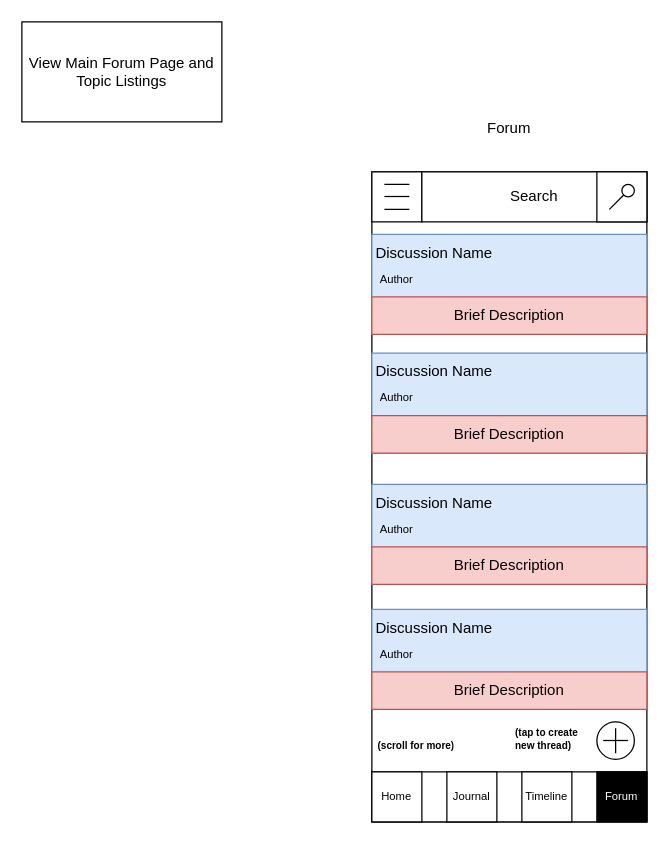
The draw.io diagram page "ViewForumPage" (9 of 14) of Chronicle_Initial_App_Wireframe_Designs.drawio in Vaibhav-G-Parmar/Chronicle-Your-Ultimate-Travel-Companion, before the edit. Source tidied: cells renumbered, new cells numbered last; positions are measured from the earlier drawing's top-left corner, leaving out a move shared by most shapes. Both pictures are drawn from the tidied source at 125%, with x=0, y=0 at pixel (21, 21).
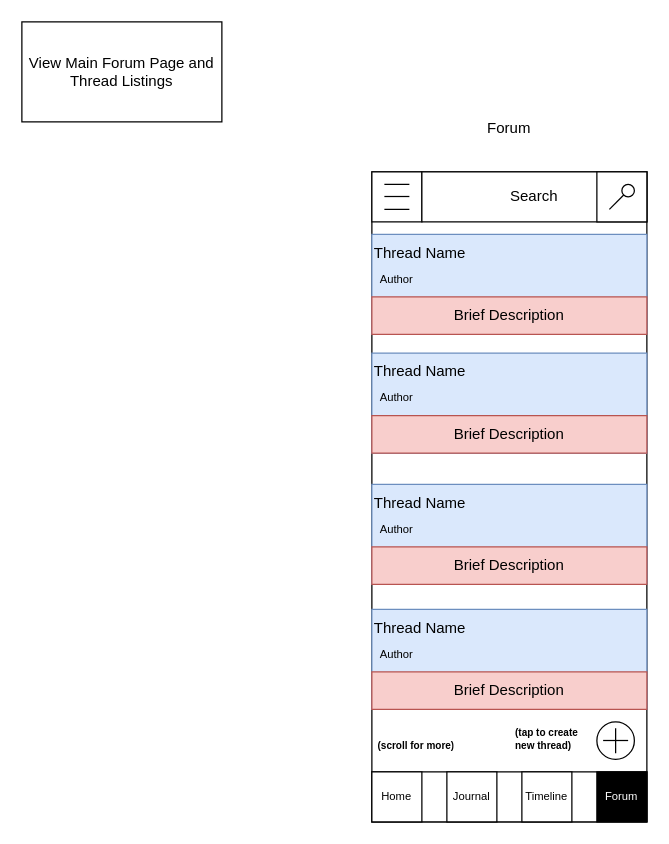
Above is the later version.

Diff of the diagram source:
```diff
@@
-    <mxCell id="2" value="View Main Forum Page and Topic Listings" style="rounded=0;whiteSpace=wrap;html=1;" parent="1" vertex="1">
+    <mxCell id="2" value="View Main Forum Page and Thread Listings" style="rounded=0;whiteSpace=wrap;html=1;" parent="1" vertex="1">
       <mxGeometry width="160" height="80" as="geometry" />
     </mxCell>
@@
-    <mxCell id="20" value="Discussion Name" style="text;html=1;strokeColor=none;fillColor=none;align=center;verticalAlign=middle;whiteSpace=wrap;rounded=0;" parent="1" vertex="1">
+    <mxCell id="20" value="Thread Name" style="text;html=1;strokeColor=none;fillColor=none;align=left;verticalAlign=middle;whiteSpace=wrap;rounded=0;" parent="1" vertex="1">
       <mxGeometry x="280" y="170" width="100" height="30" as="geometry" />
     </mxCell>
@@
-    <mxCell id="24" value="Discussion Name" style="text;html=1;strokeColor=none;fillColor=none;align=center;verticalAlign=middle;whiteSpace=wrap;rounded=0;" parent="1" vertex="1">
+    <mxCell id="24" value="Thread Name" style="text;html=1;strokeColor=none;fillColor=none;align=left;verticalAlign=middle;whiteSpace=wrap;rounded=0;" parent="1" vertex="1">
       <mxGeometry x="280" y="265" width="100" height="30" as="geometry" />
     </mxCell>
@@
-    <mxCell id="28" value="Discussion Name" style="text;html=1;strokeColor=none;fillColor=none;align=center;verticalAlign=middle;whiteSpace=wrap;rounded=0;" parent="1" vertex="1">
-      <mxGeometry x="280" y="370" width="100" height="30" as="geometry" />
-    </mxCell>
@@
-    <mxCell id="37" value="Discussion Name" style="text;html=1;strokeColor=none;fillColor=none;align=center;verticalAlign=middle;whiteSpace=wrap;rounded=0;" parent="1" vertex="1">
-      <mxGeometry x="280" y="470" width="100" height="30" as="geometry" />
-    </mxCell>
@@
+    <mxCell id="40" value="Thread Name" style="text;html=1;strokeColor=none;fillColor=none;align=left;verticalAlign=middle;whiteSpace=wrap;rounded=0;" parent="1" vertex="1">
+      <mxGeometry x="280" y="370" width="100" height="30" as="geometry" />
+    </mxCell>
+    <mxCell id="41" value="Thread Name" style="text;html=1;strokeColor=none;fillColor=none;align=left;verticalAlign=middle;whiteSpace=wrap;rounded=0;" parent="1" vertex="1">
+      <mxGeometry x="280" y="470" width="100" height="30" as="geometry" />
+    </mxCell>
```
